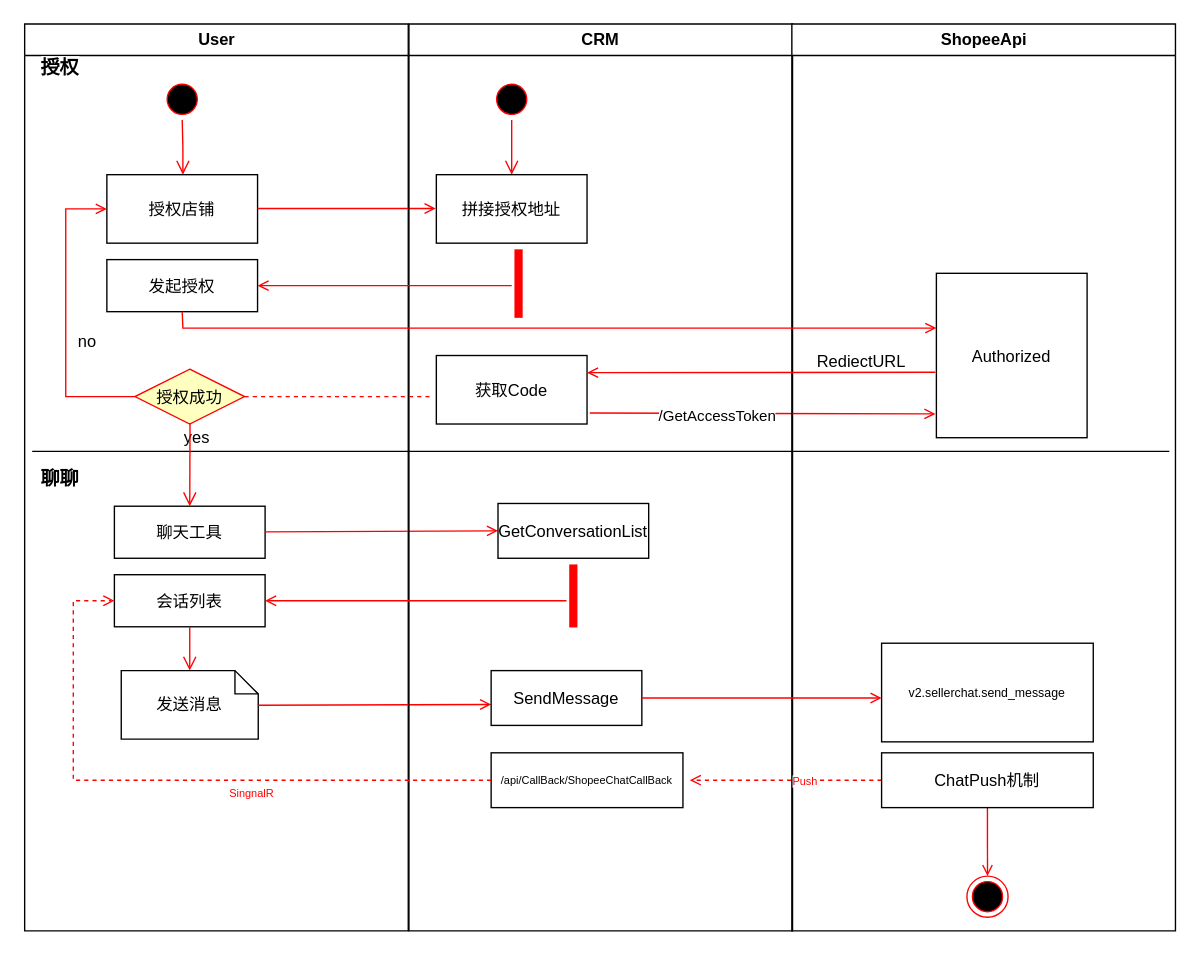
This is 未命名绘图.drawio from J-W-Chan/ChromeDemo, a draw.io file, before an edit. Source tidied: cells renumbered, new cells numbered last; positions are measured from the earlier drawing's top-left corner, leaving out a move shared by most shapes. Both pictures are drawn from the tidied source at 137%, with x=0, y=0 at pixel (23, 23).
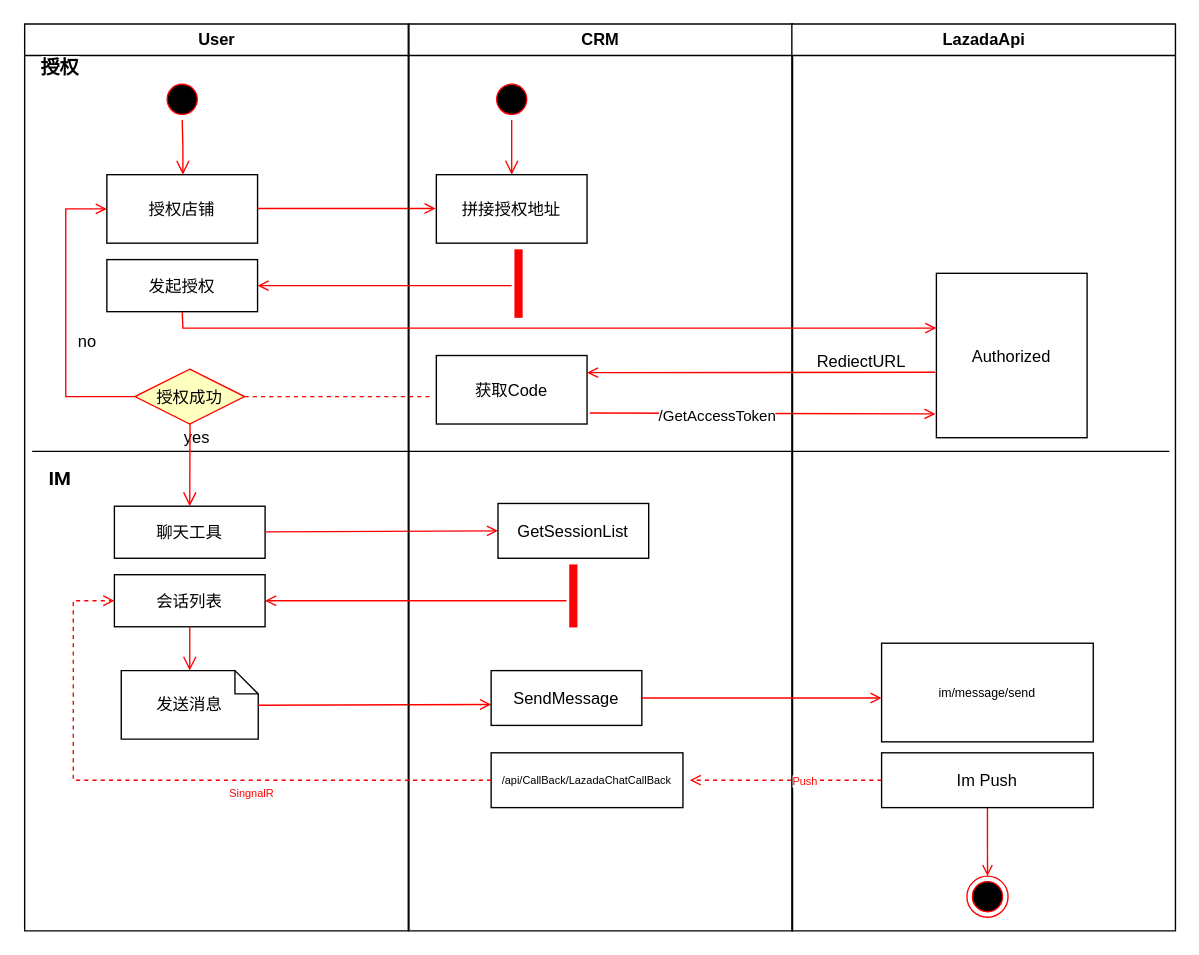
After the change.

Commit message:
更新未命名绘图Lazada.drawio

Unchanged cells that the change refers to:
```xml
<mxCell id="2" value="User" style="swimlane;whiteSpace=wrap;" parent="1" vertex="1">
  <mxGeometry x="0.5" width="280" height="662" as="geometry" />
</mxCell>
<mxCell id="17" value="CRM" style="swimlane;whiteSpace=wrap;" parent="1" vertex="1">
  <mxGeometry x="281" width="280" height="662" as="geometry" />
</mxCell>
```

Diff of the diagram source:
```diff
@@
-    <mxCell id="11" value="&lt;span style=&quot;margin: 0px ; padding: 0px ; outline: none ; box-sizing: border-box ; word-break: break-word ; font-weight: bolder ; font-family: &amp;#34;roboto&amp;#34; , &amp;#34;helvetica neue&amp;#34; , &amp;#34;helvetica&amp;#34; , &amp;#34;droid sans&amp;#34; , &amp;#34;arial&amp;#34; , sans-serif ; font-size: 14px ; background-color: rgb(255 , 255 , 255)&quot;&gt;聊聊&lt;/span&gt;" style="text;html=1;align=center;verticalAlign=middle;strokeColor=none;" parent="2" vertex="1">
-      <mxGeometry x="5.5" y="322" width="40" height="20" as="geometry" />
+    <mxCell id="11" value="&lt;font face=&quot;roboto, helvetica neue, helvetica, droid sans, arial, sans-serif&quot;&gt;&lt;span style=&quot;font-size: 14px ; background-color: rgb(255 , 255 , 255)&quot;&gt;&lt;b&gt;IM&lt;/b&gt;&lt;/span&gt;&lt;/font&gt;" style="text;html=1;align=center;verticalAlign=middle;strokeColor=none;" parent="2" vertex="1">
+      <mxGeometry x="10.5" y="322" width="30" height="20" as="geometry" />
     </mxCell>
@@
-    <mxCell id="21" value="GetConversationList" parent="17" vertex="1">
+    <mxCell id="21" value="GetSessionList" parent="17" vertex="1">
       <mxGeometry x="65" y="350" width="110" height="40" as="geometry" />
     </mxCell>
@@
-    <mxCell id="28" value="/api/CallBack/ShopeeChatCallBack" style="fontSize=8;" parent="17" vertex="1">
+    <mxCell id="28" value="/api/CallBack/LazadaChatCallBack" style="fontSize=8;" parent="17" vertex="1">
       <mxGeometry x="60" y="532" width="140" height="40" as="geometry" />
     </mxCell>
@@
-    <mxCell id="31" value="ShopeeApi" style="swimlane;whiteSpace=wrap;" parent="1" vertex="1">
+    <mxCell id="31" value="LazadaApi" style="swimlane;whiteSpace=wrap;" parent="1" vertex="1">
       <mxGeometry x="560.5" width="280" height="662" as="geometry" />
     </mxCell>
-    <mxCell id="32" value="v2.sellerchat.send_message" style="fontSize=9;" parent="31" vertex="1">
+    <mxCell id="32" value="im/message/send" style="fontSize=9;" parent="31" vertex="1">
       <mxGeometry x="65.5" y="452" width="154.5" height="72" as="geometry" />
     </mxCell>
@@
-    <mxCell id="38" value="ChatPush机制" parent="31" vertex="1">
+    <mxCell id="38" value="Im Push" parent="31" vertex="1">
       <mxGeometry x="65.5" y="532" width="154.5" height="40" as="geometry" />
     </mxCell>
```
